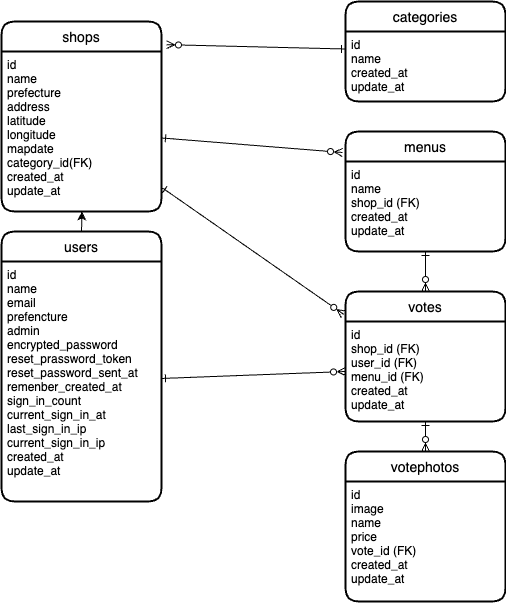
The draw.io diagram img/jimoguru.png in yuko-fu/jimoguru, before a commit. Source tidied: cells renumbered, new cells last; positions are measured from the earlier drawing's top-left corner, leaving out a move shared by most shapes.
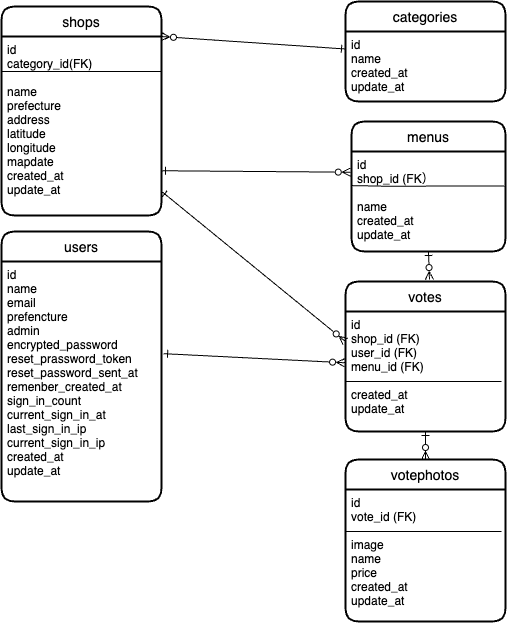
After the change.

Diff of the diagram source:
```diff
@@ -3,10 +3,16 @@
     <mxCell id="0" />
     <mxCell id="1" parent="0" />
     <mxCell id="2" value="shops" style="swimlane;horizontal=1;startSize=30;rounded=1;fontSize=14;fontStyle=0;strokeWidth=2;shadow=0;dashed=0;align=center;" parent="1" vertex="1">
-      <mxGeometry y="20" width="160" height="190" as="geometry" />
+      <mxGeometry y="5" width="160" height="209" as="geometry" />
     </mxCell>
+    <mxCell id="21" style="endArrow=none;html=1;rounded=0;" parent="2" edge="1">
+      <mxGeometry relative="1" as="geometry">
+        <mxPoint y="65" as="sourcePoint" />
+        <mxPoint x="160" y="65" as="targetPoint" />
+      </mxGeometry>
+    </mxCell>
-    <mxCell id="3" value="id&#10;name&#10;prefecture&#10;address&#10;latitude&#10;longitude&#10;mapdate&#10;category_id(FK)&#10;created_at&#10;update_at" style="align=left;strokeColor=none;fillColor=none;spacingLeft=4;fontSize=12;verticalAlign=top;" parent="2" vertex="1">
-      <mxGeometry y="30" width="160" height="160" as="geometry" />
+    <mxCell id="3" value="id&#10;category_id(FK)&#10;&#10;name&#10;prefecture&#10;address&#10;latitude&#10;longitude&#10;mapdate&#10;created_at&#10;update_at" style="align=left;strokeColor=none;fillColor=none;spacingLeft=4;fontSize=12;verticalAlign=top;" parent="2" vertex="1">
+      <mxGeometry y="30" width="160" height="179" as="geometry" />
     </mxCell>
     <mxCell id="4" value="categories" style="swimlane;horizontal=1;startSize=30;rounded=1;fontSize=14;fontStyle=0;strokeWidth=2;shadow=0;dashed=0;align=center;" parent="1" vertex="1">
       <mxGeometry x="344" width="160" height="100" as="geometry" />
@@ -15,10 +21,17 @@
       <mxGeometry y="30" width="160" height="70" as="geometry" />
     </mxCell>
     <mxCell id="6" value="menus" style="swimlane;horizontal=1;startSize=30;rounded=1;fontSize=14;fontStyle=0;strokeWidth=2;shadow=0;dashed=0;align=center;" parent="1" vertex="1">
-      <mxGeometry x="344" y="130" width="160" height="120" as="geometry" />
+      <mxGeometry x="350" y="120" width="154" height="130" as="geometry" />
     </mxCell>
+    <mxCell id="22" style="endArrow=none;html=1;rounded=0;entryX=0.992;entryY=0.345;entryDx=0;entryDy=0;entryPerimeter=0;exitX=0.005;exitY=0.341;exitDx=0;exitDy=0;exitPerimeter=0;" parent="6" edge="1" source="7" target="7">
+      <mxGeometry relative="1" as="geometry">
+        <Array as="points">
+          <mxPoint x="34" y="64.7" />
+        </Array>
+      </mxGeometry>
+    </mxCell>
-    <mxCell id="7" value="id&#10;name&#10;shop_id (FK)&#10;created_at&#10;update_at" style="align=left;strokeColor=none;fillColor=none;spacingLeft=4;fontSize=12;verticalAlign=top;" parent="6" vertex="1">
-      <mxGeometry y="30" width="160" height="90" as="geometry" />
+    <mxCell id="7" value="id&#10;shop_id (FK）&#10;&#10;name&#10;created_at&#10;update_at" style="align=left;strokeColor=none;fillColor=none;spacingLeft=4;fontSize=12;verticalAlign=top;" parent="6" vertex="1">
+      <mxGeometry y="30" width="154" height="100" as="geometry" />
     </mxCell>
     <mxCell id="8" value="users" style="swimlane;horizontal=1;startSize=30;rounded=1;fontSize=14;fontStyle=0;strokeWidth=2;shadow=0;dashed=0;align=center;" parent="1" vertex="1">
       <mxGeometry y="230" width="160" height="270" as="geometry" />
@@ -27,39 +40,52 @@
       <mxGeometry y="30" width="160" height="240" as="geometry" />
     </mxCell>
     <mxCell id="10" value="votes" style="swimlane;horizontal=1;startSize=30;rounded=1;fontSize=14;fontStyle=0;strokeWidth=2;shadow=0;dashed=0;align=center;" parent="1" vertex="1">
-      <mxGeometry x="344" y="290" width="160" height="130" as="geometry" />
+      <mxGeometry x="344" y="280" width="160" height="150" as="geometry" />
     </mxCell>
-    <mxCell id="11" value="id&#10;shop_id (FK)&#10;user_id (FK)&#10;menu_id (FK)&#10;created_at&#10;update_at" style="align=left;strokeColor=none;fillColor=none;spacingLeft=4;fontSize=12;verticalAlign=top;" parent="10" vertex="1">
-      <mxGeometry y="30" width="160" height="100" as="geometry" />
+    <mxCell id="11" value="id&#10;shop_id (FK)&#10;user_id (FK)&#10;menu_id (FK)&#10;&#10;created_at&#10;update_at" style="align=left;strokeColor=none;fillColor=none;spacingLeft=4;fontSize=12;verticalAlign=top;" parent="10" vertex="1">
+      <mxGeometry y="30" width="160" height="120" as="geometry" />
     </mxCell>
+    <mxCell id="23" style="endArrow=none;html=1;rounded=0;" parent="10" edge="1">
+      <mxGeometry relative="1" as="geometry">
+        <mxPoint y="100" as="sourcePoint" />
+        <mxPoint x="156" y="100" as="targetPoint" />
+      </mxGeometry>
+    </mxCell>
     <mxCell id="12" value="votephotos" style="swimlane;horizontal=1;startSize=30;rounded=1;fontSize=14;fontStyle=0;strokeWidth=2;shadow=0;dashed=0;align=center;" parent="1" vertex="1">
-      <mxGeometry x="344" y="450" width="160" height="150" as="geometry" />
+      <mxGeometry x="344" y="458" width="160" height="162" as="geometry" />
     </mxCell>
+    <mxCell id="24" style="endArrow=none;html=1;rounded=0;" parent="12" edge="1">
+      <mxGeometry relative="1" as="geometry">
+        <mxPoint y="72" as="sourcePoint" />
+        <mxPoint x="156" y="72" as="targetPoint" />
+      </mxGeometry>
+    </mxCell>
-    <mxCell id="13" value="id&#10;image&#10;name&#10;price&#10;vote_id (FK)&#10;created_at&#10;update_at" style="align=left;strokeColor=none;fillColor=none;spacingLeft=4;fontSize=12;verticalAlign=top;" parent="12" vertex="1">
-      <mxGeometry y="30" width="160" height="120" as="geometry" />
+    <mxCell id="13" value="id&#10;vote_id (FK)&#10;&#10;image&#10;name&#10;price&#10;created_at&#10;update_at" style="align=left;strokeColor=none;fillColor=none;spacingLeft=4;fontSize=12;verticalAlign=top;" parent="12" vertex="1">
+      <mxGeometry y="30" width="160" height="132" as="geometry" />
     </mxCell>
-    <mxCell id="14" style="edgeStyle=none;html=1;entryX=0;entryY=0.25;entryDx=0;entryDy=0;startArrow=ERzeroToMany;startFill=0;endArrow=ERone;endFill=0;exitX=1.031;exitY=0.122;exitDx=0;exitDy=0;exitPerimeter=0;" parent="1" edge="1" source="2" target="5">
+    <mxCell id="14" style="edgeStyle=none;html=1;startArrow=ERzeroToMany;startFill=0;endArrow=ERone;endFill=0;exitX=1;exitY=0;exitDx=0;exitDy=0;entryX=0;entryY=0.25;entryDx=0;entryDy=0;" parent="1" edge="1" source="3" target="5">
       <mxGeometry relative="1" as="geometry" />
     </mxCell>
-    <mxCell id="15" style="edgeStyle=none;html=1;entryX=-0.019;entryY=0.175;entryDx=0;entryDy=0;entryPerimeter=0;startArrow=ERone;startFill=0;endArrow=ERzeroToMany;endFill=0;" parent="1" edge="1" source="3" target="6">
+    <mxCell id="15" style="edgeStyle=none;html=1;entryX=-0.008;entryY=0.207;entryDx=0;entryDy=0;startArrow=ERone;startFill=0;endArrow=ERzeroToMany;endFill=0;exitX=1;exitY=0.75;exitDx=0;exitDy=0;entryPerimeter=0;" parent="1" edge="1" source="3" target="7">
       <mxGeometry relative="1" as="geometry" />
     </mxCell>
-    <mxCell id="16" style="edgeStyle=none;html=1;entryX=-0.012;entryY=0.175;entryDx=0;entryDy=0;entryPerimeter=0;startArrow=ERone;startFill=0;endArrow=ERzeroToMany;endFill=0;" parent="1" edge="1" source="3" target="10">
+    <mxCell id="16" style="edgeStyle=none;html=1;entryX=0;entryY=0.25;entryDx=0;entryDy=0;startArrow=ERone;startFill=0;endArrow=ERzeroToMany;endFill=0;" parent="1" edge="1" source="3" target="11">
       <mxGeometry relative="1" as="geometry" />
     </mxCell>
-    <mxCell id="17" style="edgeStyle=none;html=1;entryX=0;entryY=0.5;entryDx=0;entryDy=0;startArrow=ERone;startFill=0;endArrow=ERzeroToMany;endFill=0;" parent="1" edge="1" source="9" target="11">
+    <mxCell id="17" style="edgeStyle=none;html=1;entryX=-0.006;entryY=0.427;entryDx=0;entryDy=0;startArrow=ERone;startFill=0;endArrow=ERzeroToMany;endFill=0;entryPerimeter=0;exitX=1.018;exitY=0.397;exitDx=0;exitDy=0;exitPerimeter=0;" parent="1" edge="1" source="9" target="11">
       <mxGeometry relative="1" as="geometry" />
     </mxCell>
-    <mxCell id="18" style="edgeStyle=none;html=1;startArrow=ERone;startFill=0;endArrow=ERzeroToMany;endFill=0;entryX=0.5;entryY=0;entryDx=0;entryDy=0;" parent="1" edge="1" source="7" target="10">
-      <mxGeometry relative="1" as="geometry" />
+    <mxCell id="18" style="edgeStyle=none;html=1;startArrow=ERone;startFill=0;endArrow=ERzeroToMany;endFill=0;exitX=0.5;exitY=1;exitDx=0;exitDy=0;entryX=0.534;entryY=-0.015;entryDx=0;entryDy=0;entryPerimeter=0;" parent="1" edge="1" source="7">
+      <mxGeometry relative="1" as="geometry">
+        <mxPoint x="427.9" y="278" as="targetPoint" />
+      </mxGeometry>
     </mxCell>
-    <mxCell id="19" style="edgeStyle=none;html=1;entryX=0.5;entryY=0;entryDx=0;entryDy=0;startArrow=ERone;startFill=0;endArrow=ERzeroToMany;endFill=0;" parent="1" edge="1" source="11" target="12">
-      <mxGeometry relative="1" as="geometry" />
+    <mxCell id="19" style="edgeStyle=none;html=1;startArrow=ERone;startFill=0;endArrow=ERzeroToMany;endFill=0;entryX=0.5;entryY=0;entryDx=0;entryDy=0;" parent="1" edge="1" source="11" target="12">
+      <mxGeometry relative="1" as="geometry">
+        <Array as="points">
+          <mxPoint x="424" y="430" />
+        </Array>
+      </mxGeometry>
     </mxCell>
-    <mxCell id="20" style="edgeStyle=orthogonalEdgeStyle;rounded=0;jettySize=auto;html=1;" parent="1" edge="1" target="3">
-      <mxGeometry relative="1" as="geometry">
-        <mxPoint x="80" y="230" as="sourcePoint" />
-      </mxGeometry>
-    </mxCell>
   </root>
 </mxGraphModel>
```
